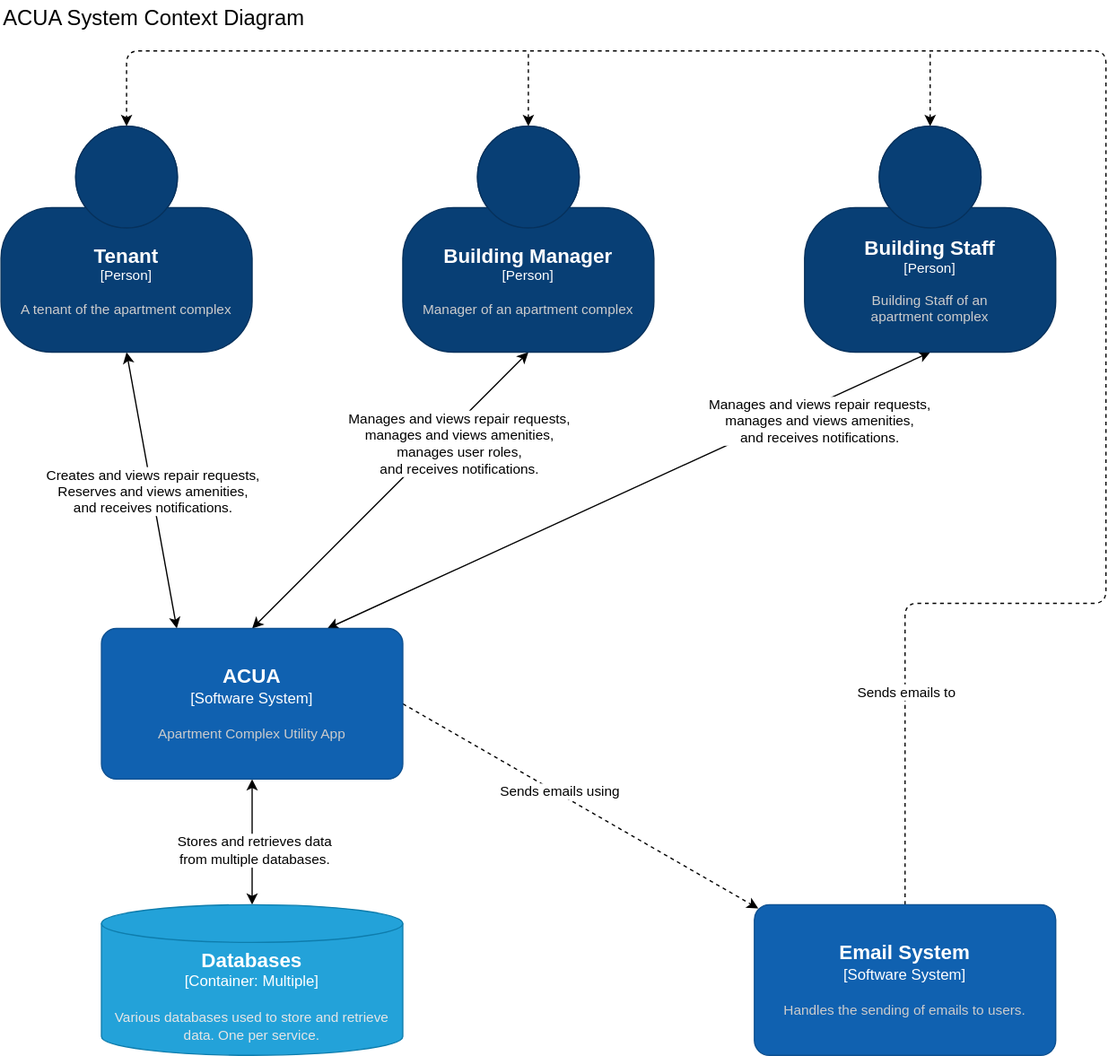
MPFGlaser/ApartmentComplexUtilityApp keeps this draw.io diagram as docs/media/c4/c1-context.svg. Above is the earlier version. Source tidied: cells renumbered, new cells last; positions are measured from the earlier drawing's top-left corner, leaving out a move shared by most shapes. The source it was exported from:
```xml
<mxGraphModel background="#ffffff">
  <root>
    <mxCell id="0" />
    <mxCell id="1" parent="0" />
    <mxCell id="2" style="edgeStyle=none;html=1;exitX=0.5;exitY=1;exitDx=0;exitDy=0;exitPerimeter=0;entryX=0.25;entryY=0;entryDx=0;entryDy=0;entryPerimeter=0;startArrow=classic;startFill=1;" parent="1" edge="1" source="4" target="17">
      <mxGeometry relative="1" as="geometry" />
    </mxCell>
    <mxCell id="3" value="Creates and views repair requests,&lt;br&gt;Reserves and views amenities,&lt;br&gt;and receives notifications." style="edgeLabel;html=1;align=center;verticalAlign=middle;" parent="2" vertex="1">
      <mxGeometry relative="1" as="geometry" />
    </mxCell>
    <object id="4" label="&lt;font style=&quot;font-size: 16px&quot;&gt;&lt;b&gt;%c4Name%&lt;/b&gt;&lt;/font&gt;&lt;div&gt;[%c4Type%]&lt;/div&gt;&lt;br&gt;&lt;div&gt;&lt;font style=&quot;font-size: 11px&quot;&gt;&lt;font color=&quot;#cccccc&quot;&gt;%c4Description%&lt;/font&gt;&lt;/div&gt;" c4Description="A tenant of the apartment complex" c4Name="Tenant" c4Type="Person" placeholders="1">
      <mxCell style="html=1;fontSize=11;dashed=0;whiteSpace=wrap;fillColor=#083F75;strokeColor=#06315C;fontColor=#ffffff;shape=mxgraph.c4.person2;align=center;points=[[0.5,0,0],[1,0.5,0],[1,0.75,0],[0.75,1,0],[0.5,1,0],[0.25,1,0],[0,0.75,0],[0,0.5,0]];" parent="1" vertex="1">
        <mxGeometry y="100" width="200" height="180" as="geometry" />
      </mxCell>
    </object>
    <mxCell id="5" style="edgeStyle=none;html=1;exitX=0.5;exitY=1;exitDx=0;exitDy=0;exitPerimeter=0;entryX=0.5;entryY=0;entryDx=0;entryDy=0;entryPerimeter=0;startArrow=classic;startFill=1;" parent="1" edge="1" source="8" target="17">
      <mxGeometry relative="1" as="geometry" />
    </mxCell>
    <mxCell id="6" value="Manages and views repair requests,&lt;br&gt;manages and views amenities,&lt;br&gt;manages user roles,&lt;br&gt;and receives notifications." style="edgeLabel;html=1;align=center;verticalAlign=middle;" parent="5" vertex="1">
      <mxGeometry x="-0.24" y="1" relative="1" as="geometry">
        <mxPoint x="28" y="-12" as="offset" />
      </mxGeometry>
    </mxCell>
    <mxCell id="7" style="edgeStyle=none;html=1;exitX=0.5;exitY=0;exitDx=0;exitDy=0;exitPerimeter=0;dashed=1;startArrow=classic;startFill=1;endArrow=none;endFill=0;" parent="1" edge="1" source="8">
      <mxGeometry relative="1" as="geometry">
        <mxPoint x="420" y="40" as="targetPoint" />
      </mxGeometry>
    </mxCell>
    <object id="8" label="&lt;font style=&quot;font-size: 16px&quot;&gt;&lt;b&gt;%c4Name%&lt;/b&gt;&lt;/font&gt;&lt;div&gt;[%c4Type%]&lt;/div&gt;&lt;br&gt;&lt;div&gt;&lt;font style=&quot;font-size: 11px&quot;&gt;&lt;font color=&quot;#cccccc&quot;&gt;%c4Description%&lt;/font&gt;&lt;/div&gt;" c4Description="Manager of an apartment complex" c4Name="Building Manager" c4Type="Person" placeholders="1">
      <mxCell style="html=1;fontSize=11;dashed=0;whiteSpace=wrap;fillColor=#083F75;strokeColor=#06315C;fontColor=#ffffff;shape=mxgraph.c4.person2;align=center;points=[[0.5,0,0],[1,0.5,0],[1,0.75,0],[0.75,1,0],[0.5,1,0],[0.25,1,0],[0,0.75,0],[0,0.5,0]];" parent="1" vertex="1">
        <mxGeometry x="320" y="100" width="200" height="180" as="geometry" />
      </mxCell>
    </object>
    <mxCell id="9" style="edgeStyle=none;html=1;exitX=0.5;exitY=1;exitDx=0;exitDy=0;exitPerimeter=0;entryX=0.75;entryY=0;entryDx=0;entryDy=0;entryPerimeter=0;startArrow=classic;startFill=1;" parent="1" edge="1" source="12" target="17">
      <mxGeometry relative="1" as="geometry" />
    </mxCell>
    <mxCell id="10" value="Manages and views repair requests,&lt;br&gt;manages and views amenities,&lt;br&gt;and receives notifications." style="edgeLabel;html=1;align=center;verticalAlign=middle;" parent="9" vertex="1">
      <mxGeometry x="-0.52" y="4" relative="1" as="geometry">
        <mxPoint x="24" y="-2" as="offset" />
      </mxGeometry>
    </mxCell>
    <mxCell id="11" style="edgeStyle=none;html=1;exitX=0.5;exitY=0;exitDx=0;exitDy=0;exitPerimeter=0;startArrow=classic;startFill=1;endArrow=none;endFill=0;dashed=1;" parent="1" edge="1" source="12">
      <mxGeometry relative="1" as="geometry">
        <mxPoint x="740" y="40" as="targetPoint" />
      </mxGeometry>
    </mxCell>
    <object id="12" label="&lt;font style=&quot;font-size: 16px&quot;&gt;&lt;b&gt;%c4Name%&lt;/b&gt;&lt;/font&gt;&lt;div&gt;[%c4Type%]&lt;/div&gt;&lt;br&gt;&lt;div&gt;&lt;font style=&quot;font-size: 11px&quot;&gt;&lt;font color=&quot;#cccccc&quot;&gt;%c4Description%&lt;/font&gt;&lt;/div&gt;" c4Description="Building Staff of an &#10;apartment complex" c4Name="Building Staff" c4Type="Person" placeholders="1">
      <mxCell style="html=1;fontSize=11;dashed=0;whiteSpace=wrap;fillColor=#083F75;strokeColor=#06315C;fontColor=#ffffff;shape=mxgraph.c4.person2;align=center;points=[[0.5,0,0],[1,0.5,0],[1,0.75,0],[0.75,1,0],[0.5,1,0],[0.25,1,0],[0,0.75,0],[0,0.5,0]];" parent="1" vertex="1">
        <mxGeometry x="640" y="100" width="200" height="180" as="geometry" />
      </mxCell>
    </object>
    <mxCell id="13" style="edgeStyle=none;html=1;exitX=0.5;exitY=1;exitDx=0;exitDy=0;exitPerimeter=0;entryX=0.5;entryY=0;entryDx=0;entryDy=0;entryPerimeter=0;startArrow=classic;startFill=1;" parent="1" edge="1" source="17" target="18">
      <mxGeometry relative="1" as="geometry" />
    </mxCell>
    <mxCell id="14" value="Stores and retrieves data&lt;br&gt;from multiple databases." style="edgeLabel;html=1;align=center;verticalAlign=middle;" parent="13" vertex="1">
      <mxGeometry x="0.13" y="1" relative="1" as="geometry" />
    </mxCell>
    <mxCell id="15" style="edgeStyle=none;html=1;exitX=1;exitY=0.5;exitDx=0;exitDy=0;exitPerimeter=0;entryX=0.013;entryY=0.025;entryDx=0;entryDy=0;entryPerimeter=0;startArrow=none;startFill=0;dashed=1;" parent="1" edge="1" source="17" target="21">
      <mxGeometry relative="1" as="geometry" />
    </mxCell>
    <mxCell id="16" value="Sends emails using" style="edgeLabel;html=1;align=center;verticalAlign=middle;" parent="15" vertex="1">
      <mxGeometry x="-0.12" y="2" relative="1" as="geometry" />
    </mxCell>
    <object id="17" label="&lt;font style=&quot;font-size: 16px&quot;&gt;&lt;b&gt;%c4Name%&lt;/b&gt;&lt;/font&gt;&lt;div&gt;[%c4Type%]&lt;/div&gt;&lt;br&gt;&lt;div&gt;&lt;font style=&quot;font-size: 11px&quot;&gt;&lt;font color=&quot;#cccccc&quot;&gt;%c4Description%&lt;/font&gt;&lt;/div&gt;" c4Description="Apartment Complex Utility App" c4Name="ACUA" c4Type="Software System" placeholders="1">
      <mxCell style="rounded=1;whiteSpace=wrap;html=1;labelBackgroundColor=none;fillColor=#1061B0;fontColor=#ffffff;align=center;arcSize=10;strokeColor=#0D5091;points=[[0.25,0,0],[0.5,0,0],[0.75,0,0],[1,0.25,0],[1,0.5,0],[1,0.75,0],[0.75,1,0],[0.5,1,0],[0.25,1,0],[0,0.75,0],[0,0.5,0],[0,0.25,0]];" parent="1" vertex="1">
        <mxGeometry x="80" y="500" width="240" height="120" as="geometry" />
      </mxCell>
    </object>
    <object id="18" label="&lt;font style=&quot;font-size: 16px&quot;&gt;&lt;b&gt;%c4Type%&lt;/b&gt;&lt;/font&gt;&lt;div&gt;[%c4Container%:&amp;nbsp;%c4Technology%]&lt;/div&gt;&lt;br&gt;&lt;div&gt;&lt;font style=&quot;font-size: 11px&quot;&gt;&lt;font color=&quot;#E6E6E6&quot;&gt;%c4Description%&lt;/font&gt;&lt;/div&gt;" c4Container="Container" c4Description="Various databases used to store and retrieve data. One per service." c4Technology="Multiple" c4Type="Databases" placeholders="1">
      <mxCell style="shape=cylinder3;size=15;whiteSpace=wrap;html=1;boundedLbl=1;rounded=0;labelBackgroundColor=none;fillColor=#23A2D9;fontSize=12;fontColor=#ffffff;align=center;strokeColor=#0E7DAD;points=[[0.5,0,0],[1,0.25,0],[1,0.5,0],[1,0.75,0],[0.5,1,0],[0,0.75,0],[0,0.5,0],[0,0.25,0]];" parent="1" vertex="1">
        <mxGeometry x="80" y="720" width="240" height="120" as="geometry" />
      </mxCell>
    </object>
    <mxCell id="19" style="edgeStyle=none;html=1;exitX=0.5;exitY=0;exitDx=0;exitDy=0;exitPerimeter=0;entryX=0.5;entryY=0;entryDx=0;entryDy=0;entryPerimeter=0;dashed=1;" parent="1" edge="1" source="21" target="4">
      <mxGeometry relative="1" as="geometry">
        <Array as="points">
          <mxPoint x="720" y="480" />
          <mxPoint x="880" y="480" />
          <mxPoint x="880" y="40" />
          <mxPoint x="100" y="40" />
        </Array>
      </mxGeometry>
    </mxCell>
    <mxCell id="20" value="Sends emails to" style="edgeLabel;html=1;align=center;verticalAlign=middle;" parent="19" vertex="1">
      <mxGeometry x="-0.04" y="1" relative="1" as="geometry">
        <mxPoint x="-159" y="474" as="offset" />
      </mxGeometry>
    </mxCell>
    <object id="21" label="&lt;font style=&quot;font-size: 16px&quot;&gt;&lt;b&gt;%c4Name%&lt;/b&gt;&lt;/font&gt;&lt;div&gt;[%c4Type%]&lt;/div&gt;&lt;br&gt;&lt;div&gt;&lt;font style=&quot;font-size: 11px&quot;&gt;&lt;font color=&quot;#cccccc&quot;&gt;%c4Description%&lt;/font&gt;&lt;/div&gt;" c4Description="Handles the sending of emails to users." c4Name="Email System" c4Type="Software System" placeholders="1">
      <mxCell style="rounded=1;whiteSpace=wrap;html=1;labelBackgroundColor=none;fillColor=#1061B0;fontColor=#ffffff;align=center;arcSize=10;strokeColor=#0D5091;points=[[0.25,0,0],[0.5,0,0],[0.75,0,0],[1,0.25,0],[1,0.5,0],[1,0.75,0],[0.75,1,0],[0.5,1,0],[0.25,1,0],[0,0.75,0],[0,0.5,0],[0,0.25,0]];" parent="1" vertex="1">
        <mxGeometry x="600" y="720" width="240" height="120" as="geometry" />
      </mxCell>
    </object>
    <mxCell id="22" value="&lt;font style=&quot;font-size: 17px;&quot;&gt;ACUA System Context Diagram&lt;/font&gt;" style="text;html=1;strokeColor=none;fillColor=none;align=left;verticalAlign=middle;whiteSpace=wrap;rounded=0;" parent="1" vertex="1">
      <mxGeometry width="840" height="30" as="geometry" />
    </mxCell>
  </root>
</mxGraphModel>
```
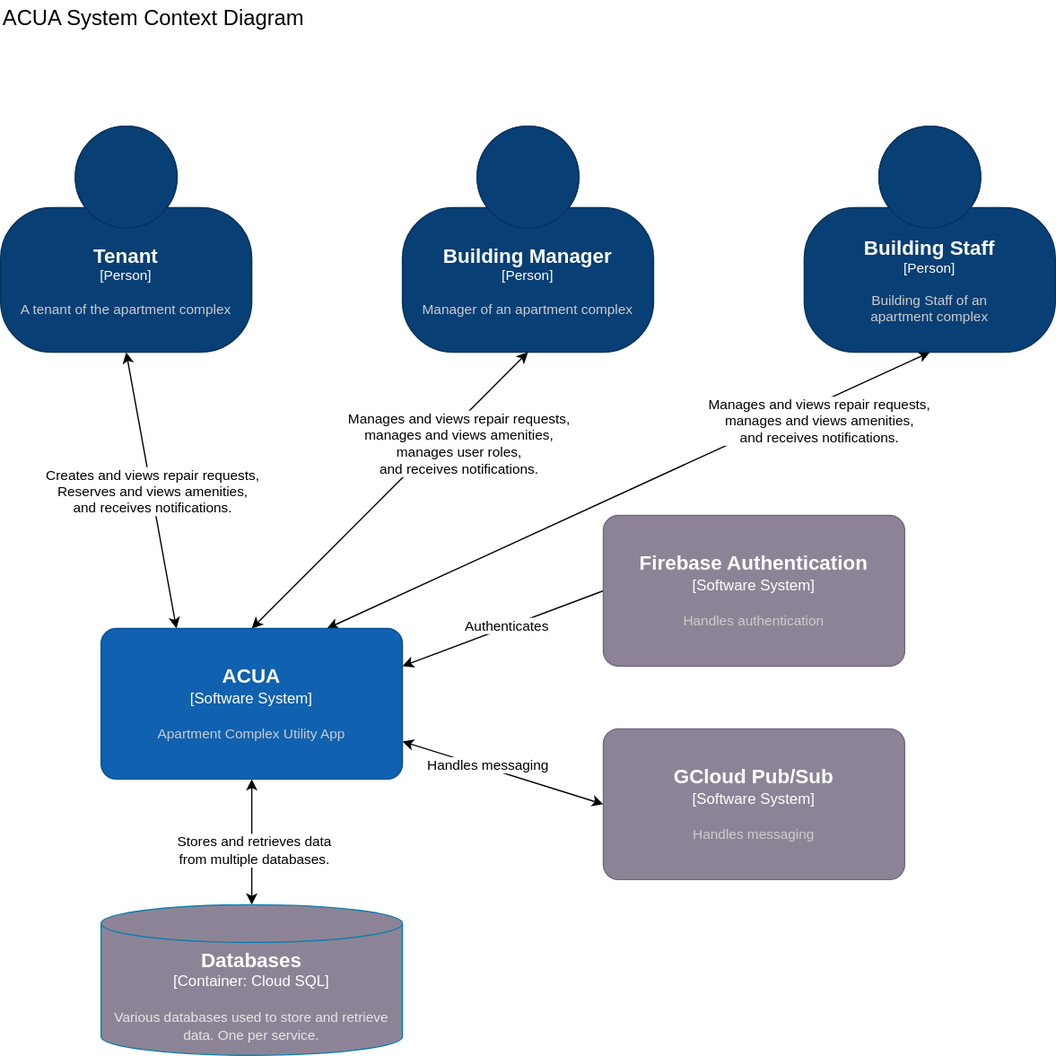
After the commit.

Diff of the diagram source:
```diff
@@ -21,11 +21,6 @@
         <mxPoint x="28" y="-12" as="offset" />
       </mxGeometry>
     </mxCell>
-    <mxCell id="7" style="edgeStyle=none;html=1;exitX=0.5;exitY=0;exitDx=0;exitDy=0;exitPerimeter=0;dashed=1;startArrow=classic;startFill=1;endArrow=none;endFill=0;" parent="1" edge="1" source="8">
-      <mxGeometry relative="1" as="geometry">
-        <mxPoint x="420" y="40" as="targetPoint" />
-      </mxGeometry>
-    </mxCell>
     <object id="8" label="&lt;font style=&quot;font-size: 16px&quot;&gt;&lt;b&gt;%c4Name%&lt;/b&gt;&lt;/font&gt;&lt;div&gt;[%c4Type%]&lt;/div&gt;&lt;br&gt;&lt;div&gt;&lt;font style=&quot;font-size: 11px&quot;&gt;&lt;font color=&quot;#cccccc&quot;&gt;%c4Description%&lt;/font&gt;&lt;/div&gt;" c4Description="Manager of an apartment complex" c4Name="Building Manager" c4Type="Person" placeholders="1">
       <mxCell style="html=1;fontSize=11;dashed=0;whiteSpace=wrap;fillColor=#083F75;strokeColor=#06315C;fontColor=#ffffff;shape=mxgraph.c4.person2;align=center;points=[[0.5,0,0],[1,0.5,0],[1,0.75,0],[0.75,1,0],[0.5,1,0],[0.25,1,0],[0,0.75,0],[0,0.5,0]];" parent="1" vertex="1">
         <mxGeometry x="320" y="100" width="200" height="180" as="geometry" />
@@ -39,11 +34,6 @@
         <mxPoint x="24" y="-2" as="offset" />
       </mxGeometry>
     </mxCell>
-    <mxCell id="11" style="edgeStyle=none;html=1;exitX=0.5;exitY=0;exitDx=0;exitDy=0;exitPerimeter=0;startArrow=classic;startFill=1;endArrow=none;endFill=0;dashed=1;" parent="1" edge="1" source="12">
-      <mxGeometry relative="1" as="geometry">
-        <mxPoint x="740" y="40" as="targetPoint" />
-      </mxGeometry>
-    </mxCell>
     <object id="12" label="&lt;font style=&quot;font-size: 16px&quot;&gt;&lt;b&gt;%c4Name%&lt;/b&gt;&lt;/font&gt;&lt;div&gt;[%c4Type%]&lt;/div&gt;&lt;br&gt;&lt;div&gt;&lt;font style=&quot;font-size: 11px&quot;&gt;&lt;font color=&quot;#cccccc&quot;&gt;%c4Description%&lt;/font&gt;&lt;/div&gt;" c4Description="Building Staff of an &#10;apartment complex" c4Name="Building Staff" c4Type="Person" placeholders="1">
       <mxCell style="html=1;fontSize=11;dashed=0;whiteSpace=wrap;fillColor=#083F75;strokeColor=#06315C;fontColor=#ffffff;shape=mxgraph.c4.person2;align=center;points=[[0.5,0,0],[1,0.5,0],[1,0.75,0],[0.75,1,0],[0.5,1,0],[0.25,1,0],[0,0.75,0],[0,0.5,0]];" parent="1" vertex="1">
         <mxGeometry x="640" y="100" width="200" height="180" as="geometry" />
@@ -55,44 +45,40 @@
     <mxCell id="14" value="Stores and retrieves data&lt;br&gt;from multiple databases." style="edgeLabel;html=1;align=center;verticalAlign=middle;" parent="13" vertex="1">
       <mxGeometry x="0.13" y="1" relative="1" as="geometry" />
     </mxCell>
-    <mxCell id="15" style="edgeStyle=none;html=1;exitX=1;exitY=0.5;exitDx=0;exitDy=0;exitPerimeter=0;entryX=0.013;entryY=0.025;entryDx=0;entryDy=0;entryPerimeter=0;startArrow=none;startFill=0;dashed=1;" parent="1" edge="1" source="17" target="21">
+    <mxCell id="15" style="edgeStyle=none;html=1;exitX=1;exitY=0.75;exitDx=0;exitDy=0;exitPerimeter=0;entryX=0;entryY=0.5;entryDx=0;entryDy=0;entryPerimeter=0;startArrow=classic;startFill=1;" parent="1" edge="1" source="17" target="21">
       <mxGeometry relative="1" as="geometry" />
     </mxCell>
-    <mxCell id="16" value="Sends emails using" style="edgeLabel;html=1;align=center;verticalAlign=middle;" parent="15" vertex="1">
-      <mxGeometry x="-0.12" y="2" relative="1" as="geometry" />
-    </mxCell>
+    <mxCell id="23" value="Handles messaging" style="edgeLabel;html=1;align=center;verticalAlign=middle;" parent="15" vertex="1">
+      <mxGeometry x="-0.16" y="3" relative="1" as="geometry" />
+    </mxCell>
     <object id="17" label="&lt;font style=&quot;font-size: 16px&quot;&gt;&lt;b&gt;%c4Name%&lt;/b&gt;&lt;/font&gt;&lt;div&gt;[%c4Type%]&lt;/div&gt;&lt;br&gt;&lt;div&gt;&lt;font style=&quot;font-size: 11px&quot;&gt;&lt;font color=&quot;#cccccc&quot;&gt;%c4Description%&lt;/font&gt;&lt;/div&gt;" c4Description="Apartment Complex Utility App" c4Name="ACUA" c4Type="Software System" placeholders="1">
       <mxCell style="rounded=1;whiteSpace=wrap;html=1;labelBackgroundColor=none;fillColor=#1061B0;fontColor=#ffffff;align=center;arcSize=10;strokeColor=#0D5091;points=[[0.25,0,0],[0.5,0,0],[0.75,0,0],[1,0.25,0],[1,0.5,0],[1,0.75,0],[0.75,1,0],[0.5,1,0],[0.25,1,0],[0,0.75,0],[0,0.5,0],[0,0.25,0]];" parent="1" vertex="1">
         <mxGeometry x="80" y="500" width="240" height="120" as="geometry" />
       </mxCell>
     </object>
-    <object id="18" label="&lt;font style=&quot;font-size: 16px&quot;&gt;&lt;b&gt;%c4Type%&lt;/b&gt;&lt;/font&gt;&lt;div&gt;[%c4Container%:&amp;nbsp;%c4Technology%]&lt;/div&gt;&lt;br&gt;&lt;div&gt;&lt;font style=&quot;font-size: 11px&quot;&gt;&lt;font color=&quot;#E6E6E6&quot;&gt;%c4Description%&lt;/font&gt;&lt;/div&gt;" c4Container="Container" c4Description="Various databases used to store and retrieve data. One per service." c4Technology="Multiple" c4Type="Databases" placeholders="1">
-      <mxCell style="shape=cylinder3;size=15;whiteSpace=wrap;html=1;boundedLbl=1;rounded=0;labelBackgroundColor=none;fillColor=#23A2D9;fontSize=12;fontColor=#ffffff;align=center;strokeColor=#0E7DAD;points=[[0.5,0,0],[1,0.25,0],[1,0.5,0],[1,0.75,0],[0.5,1,0],[0,0.75,0],[0,0.5,0],[0,0.25,0]];" parent="1" vertex="1">
+    <object id="18" label="&lt;font style=&quot;font-size: 16px&quot;&gt;&lt;b&gt;%c4Type%&lt;/b&gt;&lt;/font&gt;&lt;div&gt;[%c4Container%:&amp;nbsp;%c4Technology%]&lt;/div&gt;&lt;br&gt;&lt;div&gt;&lt;font style=&quot;font-size: 11px&quot;&gt;&lt;font color=&quot;#E6E6E6&quot;&gt;%c4Description%&lt;/font&gt;&lt;/div&gt;" c4Container="Container" c4Description="Various databases used to store and retrieve data. One per service." c4Technology="Cloud SQL" c4Type="Databases" placeholders="1">
+      <mxCell style="shape=cylinder3;size=15;whiteSpace=wrap;html=1;boundedLbl=1;rounded=0;labelBackgroundColor=none;fillColor=#8C8496;fontSize=12;fontColor=#ffffff;align=center;strokeColor=#0E7DAD;points=[[0.5,0,0],[1,0.25,0],[1,0.5,0],[1,0.75,0],[0.5,1,0],[0,0.75,0],[0,0.5,0],[0,0.25,0]];" parent="1" vertex="1">
         <mxGeometry x="80" y="720" width="240" height="120" as="geometry" />
       </mxCell>
     </object>
-    <mxCell id="19" style="edgeStyle=none;html=1;exitX=0.5;exitY=0;exitDx=0;exitDy=0;exitPerimeter=0;entryX=0.5;entryY=0;entryDx=0;entryDy=0;entryPerimeter=0;dashed=1;" parent="1" edge="1" source="21" target="4">
-      <mxGeometry relative="1" as="geometry">
-        <Array as="points">
-          <mxPoint x="720" y="480" />
-          <mxPoint x="880" y="480" />
-          <mxPoint x="880" y="40" />
-          <mxPoint x="100" y="40" />
-        </Array>
-      </mxGeometry>
-    </mxCell>
-    <mxCell id="20" value="Sends emails to" style="edgeLabel;html=1;align=center;verticalAlign=middle;" parent="19" vertex="1">
-      <mxGeometry x="-0.04" y="1" relative="1" as="geometry">
-        <mxPoint x="-159" y="474" as="offset" />
-      </mxGeometry>
-    </mxCell>
+    <mxCell id="22" value="&lt;font style=&quot;font-size: 17px;&quot;&gt;ACUA System Context Diagram&lt;/font&gt;" style="text;html=1;strokeColor=none;fillColor=none;align=left;verticalAlign=middle;whiteSpace=wrap;rounded=0;" parent="1" vertex="1">
+      <mxGeometry width="840" height="30" as="geometry" />
+    </mxCell>
+    <mxCell id="24" style="edgeStyle=none;html=1;exitX=0;exitY=0.5;exitDx=0;exitDy=0;exitPerimeter=0;entryX=1;entryY=0.25;entryDx=0;entryDy=0;entryPerimeter=0;startArrow=none;startFill=0;" parent="1" edge="1" source="7" target="17">
+      <mxGeometry relative="1" as="geometry" />
+    </mxCell>
+    <mxCell id="25" value="Authenticates" style="edgeLabel;html=1;align=center;verticalAlign=middle;" parent="24" vertex="1">
+      <mxGeometry x="-0.04" y="-1" relative="1" as="geometry" />
+    </mxCell>
+    <object id="7" label="&lt;font style=&quot;font-size: 16px&quot;&gt;&lt;b&gt;%c4Name%&lt;/b&gt;&lt;/font&gt;&lt;div&gt;[%c4Type%]&lt;/div&gt;&lt;br&gt;&lt;div&gt;&lt;font style=&quot;font-size: 11px&quot;&gt;&lt;font color=&quot;#cccccc&quot;&gt;%c4Description%&lt;/font&gt;&lt;/div&gt;" c4Description="Handles authentication" c4Name="Firebase Authentication" c4Type="Software System" placeholders="1">
+      <mxCell style="rounded=1;whiteSpace=wrap;html=1;labelBackgroundColor=none;fillColor=#8C8496;fontColor=#ffffff;align=center;arcSize=10;strokeColor=#736782;points=[[0.25,0,0],[0.5,0,0],[0.75,0,0],[1,0.25,0],[1,0.5,0],[1,0.75,0],[0.75,1,0],[0.5,1,0],[0.25,1,0],[0,0.75,0],[0,0.5,0],[0,0.25,0]];" parent="1" vertex="1">
+        <mxGeometry x="480" y="410" width="240" height="120" as="geometry" />
+      </mxCell>
+    </object>
-    <object id="21" label="&lt;font style=&quot;font-size: 16px&quot;&gt;&lt;b&gt;%c4Name%&lt;/b&gt;&lt;/font&gt;&lt;div&gt;[%c4Type%]&lt;/div&gt;&lt;br&gt;&lt;div&gt;&lt;font style=&quot;font-size: 11px&quot;&gt;&lt;font color=&quot;#cccccc&quot;&gt;%c4Description%&lt;/font&gt;&lt;/div&gt;" c4Description="Handles the sending of emails to users." c4Name="Email System" c4Type="Software System" placeholders="1">
-      <mxCell style="rounded=1;whiteSpace=wrap;html=1;labelBackgroundColor=none;fillColor=#1061B0;fontColor=#ffffff;align=center;arcSize=10;strokeColor=#0D5091;points=[[0.25,0,0],[0.5,0,0],[0.75,0,0],[1,0.25,0],[1,0.5,0],[1,0.75,0],[0.75,1,0],[0.5,1,0],[0.25,1,0],[0,0.75,0],[0,0.5,0],[0,0.25,0]];" parent="1" vertex="1">
-        <mxGeometry x="600" y="720" width="240" height="120" as="geometry" />
+    <object id="21" label="&lt;font style=&quot;font-size: 16px&quot;&gt;&lt;b&gt;%c4Name%&lt;/b&gt;&lt;/font&gt;&lt;div&gt;[%c4Type%]&lt;/div&gt;&lt;br&gt;&lt;div&gt;&lt;font style=&quot;font-size: 11px&quot;&gt;&lt;font color=&quot;#cccccc&quot;&gt;%c4Description%&lt;/font&gt;&lt;/div&gt;" c4Description="Handles messaging" c4Name="GCloud Pub/Sub" c4Type="Software System" placeholders="1">
+      <mxCell style="rounded=1;whiteSpace=wrap;html=1;labelBackgroundColor=none;fillColor=#8C8496;fontColor=#ffffff;align=center;arcSize=10;strokeColor=#736782;points=[[0.25,0,0],[0.5,0,0],[0.75,0,0],[1,0.25,0],[1,0.5,0],[1,0.75,0],[0.75,1,0],[0.5,1,0],[0.25,1,0],[0,0.75,0],[0,0.5,0],[0,0.25,0]];" parent="1" vertex="1">
+        <mxGeometry x="480" y="580" width="240" height="120" as="geometry" />
       </mxCell>
     </object>
-    <mxCell id="22" value="&lt;font style=&quot;font-size: 17px;&quot;&gt;ACUA System Context Diagram&lt;/font&gt;" style="text;html=1;strokeColor=none;fillColor=none;align=left;verticalAlign=middle;whiteSpace=wrap;rounded=0;" parent="1" vertex="1">
-      <mxGeometry width="840" height="30" as="geometry" />
-    </mxCell>
   </root>
 </mxGraphModel>
```
